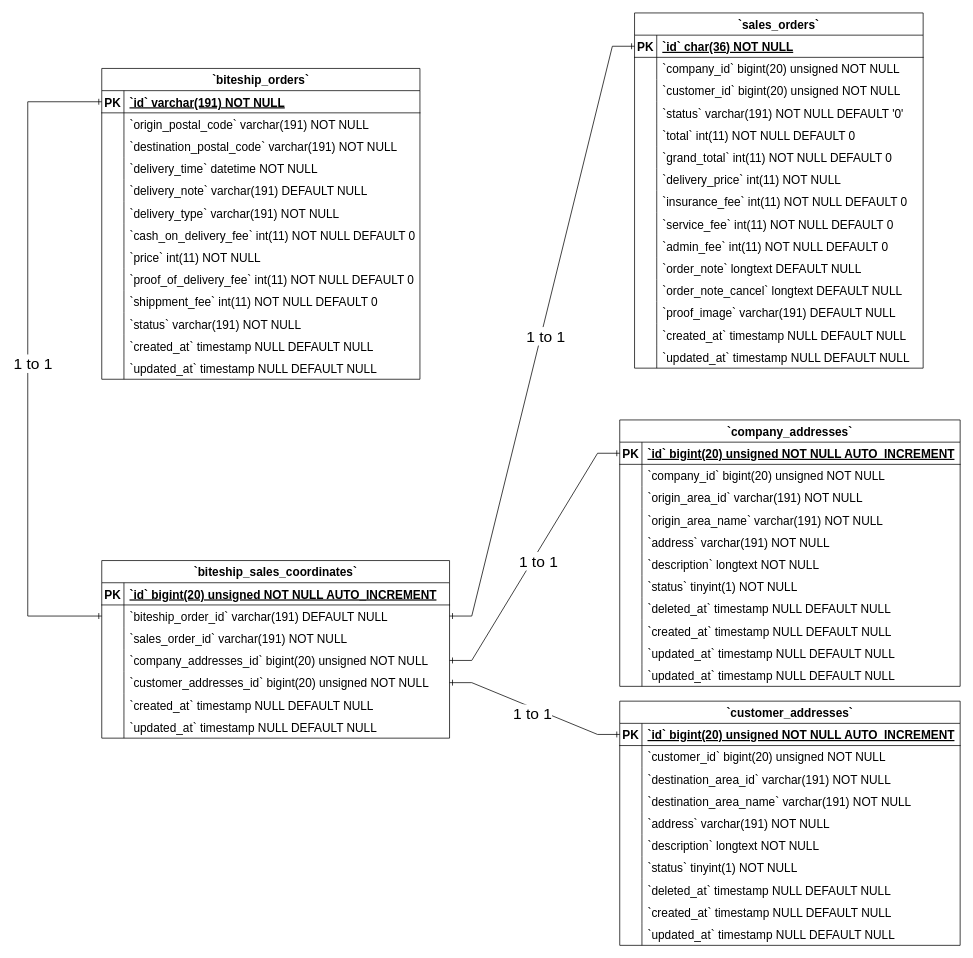
Before: Biteship Sales Coordinate ERD Diagram.drawio in Simasco/diagram, a draw.io diagram. Source tidied: cells renumbered, new cells numbered last; positions are measured from the earlier drawing's top-left corner, leaving out a move shared by most shapes. Both pictures are drawn from the tidied source at 74%, with x=0, y=0 at pixel (27, 13).
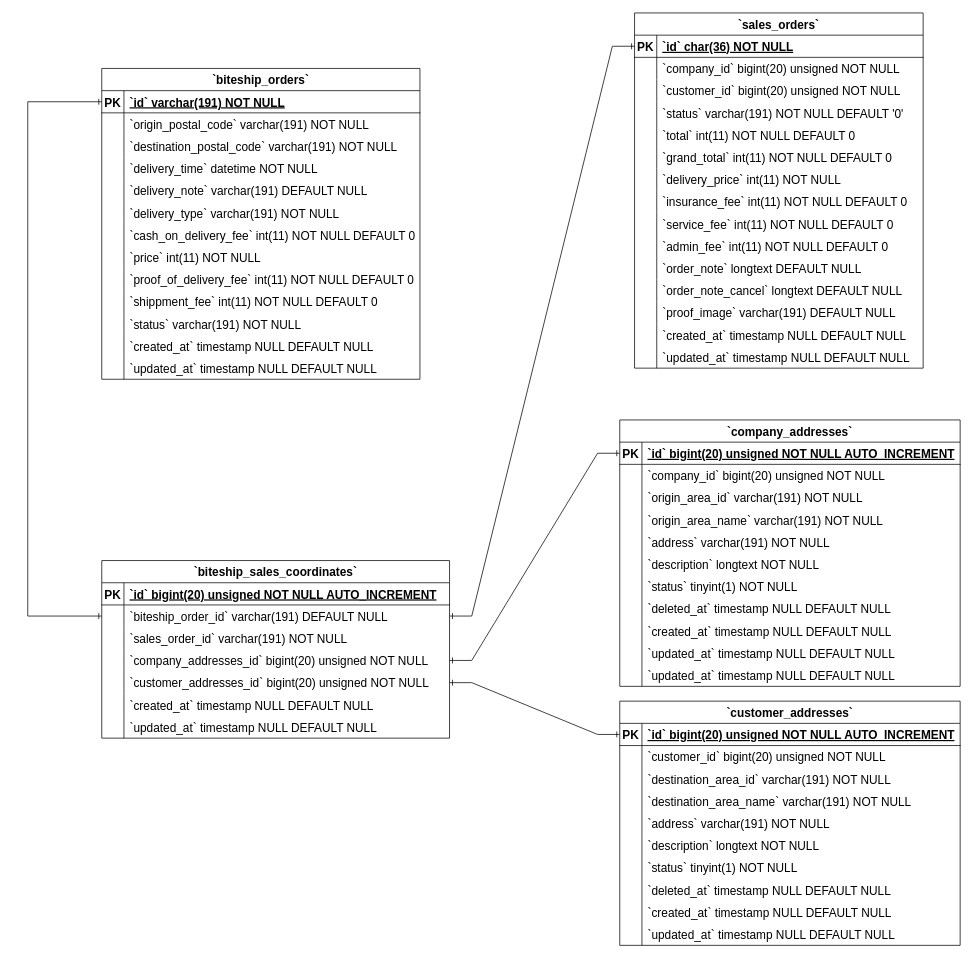
The same page after the edit.

Unchanged cells that the change refers to:
```xml
<mxCell id="175" style="edgeStyle=entityRelationEdgeStyle;fontSize=16;html=1;endArrow=ERone;startArrow=ERone;rounded=0;exitX=1;exitY=0.5;exitDx=0;exitDy=0;entryX=0;entryY=0.5;entryDx=0;entryDy=0;startFill=0;endFill=0;" parent="1" edge="1" source="46" target="130">
  <mxGeometry relative="1" as="geometry" />
</mxCell>
<mxCell id="177" style="edgeStyle=entityRelationEdgeStyle;fontSize=16;html=1;endArrow=ERone;startArrow=ERone;rounded=0;exitX=1;exitY=0.5;exitDx=0;exitDy=0;entryX=0;entryY=0.5;entryDx=0;entryDy=0;startFill=0;endFill=0;" parent="1" edge="1" source="55" target="99">
  <mxGeometry relative="1" as="geometry">
    <Array as="points">
      <mxPoint x="570" y="915" />
    </Array>
  </mxGeometry>
</mxCell>
<mxCell id="179" style="edgeStyle=entityRelationEdgeStyle;fontSize=16;html=1;endArrow=ERone;startArrow=ERone;rounded=0;exitX=1;exitY=0.5;exitDx=0;exitDy=0;entryX=0;entryY=0.5;entryDx=0;entryDy=0;startFill=0;endFill=0;" parent="1" edge="1" source="52" target="65">
  <mxGeometry relative="1" as="geometry" />
</mxCell>
<mxCell id="181" style="edgeStyle=orthogonalEdgeStyle;fontSize=16;html=1;endArrow=ERone;startArrow=ERone;rounded=0;exitX=0;exitY=0.5;exitDx=0;exitDy=0;entryX=0;entryY=0.5;entryDx=0;entryDy=0;startFill=0;endFill=0;" parent="1" edge="1" source="46" target="3">
  <mxGeometry relative="1" as="geometry">
    <Array as="points">
      <mxPoint y="815" />
      <mxPoint y="120" />
    </Array>
  </mxGeometry>
</mxCell>
```

Change to the diagram source:
```diff
@@
-    <mxCell id="176" value="1 to 1" style="edgeLabel;html=1;align=center;verticalAlign=middle;fontSize=21;" parent="175" vertex="1">
-      <mxGeometry x="-0.01" y="-6" relative="1" as="geometry">
-        <mxPoint y="1" as="offset" />
-      </mxGeometry>
-    </mxCell>
@@
-    <mxCell id="178" value="1 to 1" style="edgeLabel;html=1;align=center;verticalAlign=middle;fontSize=21;" parent="177" vertex="1">
-      <mxGeometry x="-0.01" y="-6" relative="1" as="geometry">
-        <mxPoint y="1" as="offset" />
-      </mxGeometry>
-    </mxCell>
@@
-    <mxCell id="180" value="1 to 1" style="edgeLabel;html=1;align=center;verticalAlign=middle;fontSize=21;" parent="179" vertex="1">
-      <mxGeometry x="-0.01" y="-6" relative="1" as="geometry">
-        <mxPoint y="1" as="offset" />
-      </mxGeometry>
-    </mxCell>
@@
-    <mxCell id="182" value="1 to 1" style="edgeLabel;html=1;align=center;verticalAlign=middle;fontSize=21;" parent="181" vertex="1">
-      <mxGeometry x="-0.01" y="-6" relative="1" as="geometry">
-        <mxPoint y="1" as="offset" />
-      </mxGeometry>
-    </mxCell>
```
